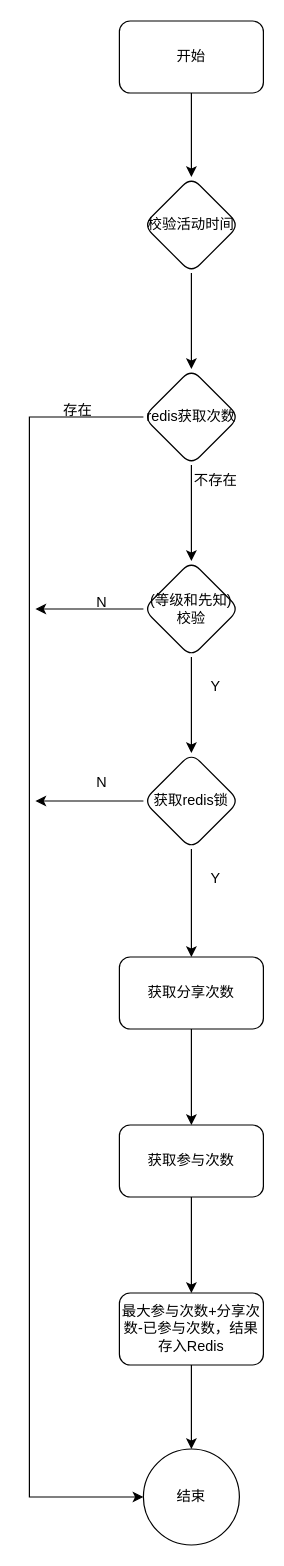
This is page "第 5 页" (5 of 9) of Untitled Diagram.drawio from VilaNan/tsxxx.github.io, a draw.io file, before an edit. Source tidied: cells renumbered, new cells numbered last; positions are measured from the earlier drawing's top-left corner, leaving out a move shared by most shapes. Both pictures are drawn from the tidied source at 120%, with x=0, y=0 at pixel (29, 20).
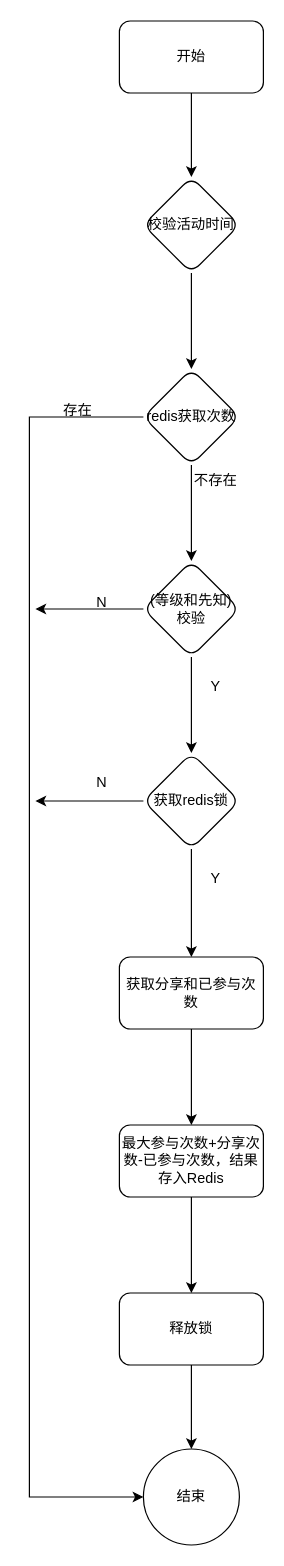
Above is the later version.

Diff of the diagram source:
```diff
@@
-    <mxCell id="22" value="获取分享次数" style="whiteSpace=wrap;html=1;rounded=1;" parent="1" vertex="1">
+    <mxCell id="22" value="获取分享和已参与次数" style="whiteSpace=wrap;html=1;rounded=1;" parent="1" vertex="1">
       <mxGeometry x="75" y="780" width="120" height="60" as="geometry" />
     </mxCell>
@@
-    <mxCell id="24" value="获取参与次数" style="whiteSpace=wrap;html=1;rounded=1;" parent="1" vertex="1">
+    <mxCell id="24" value="最大参与次数+分享次数-已参与次数，结果存入Redis" style="whiteSpace=wrap;html=1;rounded=1;" parent="1" vertex="1">
       <mxGeometry x="75" y="920" width="120" height="60" as="geometry" />
     </mxCell>
@@
-    <mxCell id="26" value="最大参与次数+分享次数-已参与次数，结果存入Redis" style="whiteSpace=wrap;html=1;rounded=1;" parent="1" vertex="1">
+    <mxCell id="26" value="释放锁" style="whiteSpace=wrap;html=1;rounded=1;" parent="1" vertex="1">
       <mxGeometry x="75" y="1060" width="120" height="60" as="geometry" />
     </mxCell>
```
